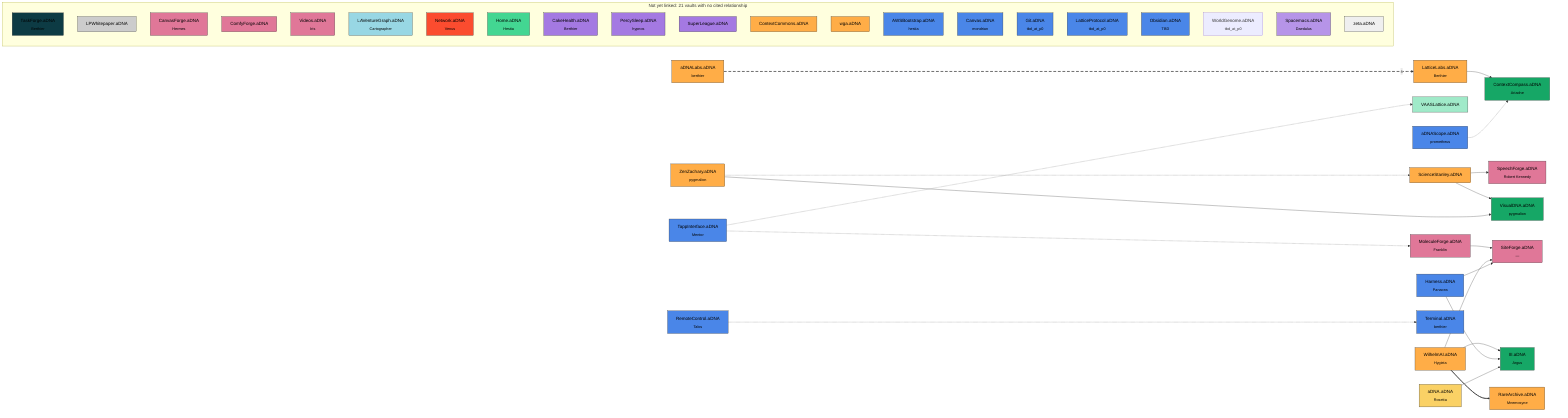
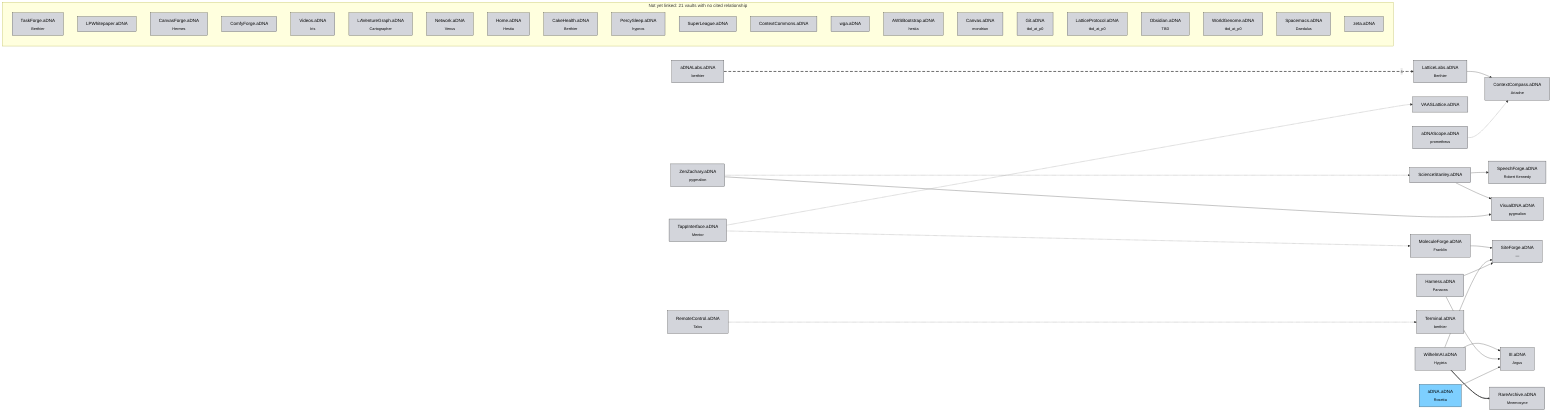
flowchart LR
  MoleculeForge_aDNA["MoleculeForge.aDNA<br><sub>Franklin</sub>"]:::classforge
  SiteForge_aDNA["SiteForge.aDNA<br><sub>—</sub>"]:::classforge
  SpeechForge_aDNA["SpeechForge.aDNA<br><sub>Robert Kennedy</sub>"]:::classforge
  ContextCompass_aDNA["ContextCompass.aDNA<br><sub>Ariadne</sub>"]:::classframework
  III_aDNA["III.aDNA<br><sub>Argus</sub>"]:::classframework
  visualdna["VisualDNA.aDNA<br><sub>pygmalion</sub>"]:::classframework
  VAASLattice_aDNA["VAASLattice.aDNA"]:::classframeworkcandidate
  adnalabs["aDNALabs.aDNA<br><sub>berthier</sub>"]:::classorgvault
  LatticeLabs_aDNA["LatticeLabs.aDNA<br><sub>Berthier</sub>"]:::classorgvault
  RareArchive_aDNA["RareArchive.aDNA<br><sub>Mnemosyne</sub>"]:::classorgvault
  sciencestanley["ScienceStanley.aDNA"]:::classorgvault
  WilhelmAI_aDNA["WilhelmAI.aDNA<br><sub>Hygieia</sub>"]:::classorgvault
  zenzachary["ZenZachary.aDNA<br><sub>pygmalion</sub>"]:::classorgvault
  adnascope["aDNAScope.aDNA<br><sub>prometheus</sub>"]:::classplatform
  Harness_aDNA["Harness.aDNA<br><sub>Panacea</sub>"]:::classplatform
  RemoteControl_aDNA["RemoteControl.aDNA<br><sub>Talos</sub>"]:::classplatform
  TappInterface_aDNA["TappInterface.aDNA<br><sub>Mentor</sub>"]:::classplatform
  terminal["Terminal.aDNA<br><sub>berthier</sub>"]:::classplatform
  aDNA_aDNA["aDNA.aDNA<br><sub>Rosetta</sub>"]:::classstandarddev

  subgraph orphans["Not yet linked: 21 vaults with no cited relationship"]
    direction TB
    TaskForge_aDNA["TaskForge.aDNA<br><sub>Berthier</sub>"]:::classcoordination
    LPWhitepaper_aDNA["LPWhitepaper.aDNA"]:::classdocument
    CanvasForge_aDNA["CanvasForge.aDNA<br><sub>Hermes</sub>"]:::classforge
    ComfyForge_aDNA["ComfyForge.aDNA"]:::classforge
    Videos_aDNA["Videos.aDNA<br><sub>Iris</sub>"]:::classforge
    LAVentureGraph_aDNA["LAVentureGraph.aDNA<br><sub>Cartographer</sub>"]:::classknowledgegraph
    Network_aDNA["Network.aDNA<br><sub>Venus</sub>"]:::classnetwork
    Home_aDNA["Home.aDNA<br><sub>Hestia</sub>"]:::classnodeoperational
    CakeHealth_aDNA["CakeHealth.aDNA<br><sub>Berthier</sub>"]:::classorggraph
    percysleep["PercySleep.aDNA<br><sub>hypnos</sub>"]:::classorggraph
    SuperLeague_aDNA["SuperLeague.aDNA"]:::classorggraph
    ContextCommons_aDNA["ContextCommons.aDNA"]:::classorgvault
    wga_aDNA["wga.aDNA"]:::classorgvault
    awsbootstrap["AWSBootstrap.aDNA<br><sub>hestia</sub>"]:::classplatform
    canvas["Canvas.aDNA<br><sub>mondrian</sub>"]:::classplatform
    git["Git.aDNA<br><sub>tbd_at_p0</sub>"]:::classplatform
    latticeprotocol["LatticeProtocol.aDNA<br><sub>tbd_at_p0</sub>"]:::classplatform
    Obsidian_aDNA["Obsidian.aDNA<br><sub>TBD</sub>"]:::classplatform
    worldgenome["WorldGenome.aDNA<br><sub>tbd_at_p0</sub>"]:::classtbdatp0
    Spacemacs_aDNA["Spacemacs.aDNA<br><sub>Daedalus</sub>"]:::classtooling
    zeta_aDNA["zeta.aDNA"]:::classworkspace
  end

  MoleculeForge_aDNA --> SiteForge_aDNA
  adnalabs -.->|s| LatticeLabs_aDNA
  LatticeLabs_aDNA --> ContextCompass_aDNA
  sciencestanley --> SpeechForge_aDNA
  sciencestanley --> visualdna
  WilhelmAI_aDNA --> SiteForge_aDNA
  WilhelmAI_aDNA --> III_aDNA
  WilhelmAI_aDNA ==> RareArchive_aDNA
  zenzachary -.-> sciencestanley
  zenzachary --> visualdna
  adnascope -.-> ContextCompass_aDNA
  Harness_aDNA --> SiteForge_aDNA
  Harness_aDNA --> III_aDNA
  RemoteControl_aDNA -.-> terminal
  TappInterface_aDNA -.-> MoleculeForge_aDNA
  TappInterface_aDNA -.-> VAASLattice_aDNA
  aDNA_aDNA --> III_aDNA
  linkStyle 1 stroke-width:2.5px,stroke-dasharray:10 6

-   classDef classforge fill:#e07798,stroke:#333,color:#000
-   classDef classframework fill:#16a766,stroke:#333,color:#000
-   classDef classframeworkcandidate fill:#a0eac9,stroke:#333,color:#000
-   classDef classplatform fill:#4a86e8,stroke:#333,color:#000
-   classDef classorgvault fill:#ffad47,stroke:#333,color:#000
-   classDef classstandarddev fill:#fad165,stroke:#333,color:#000
-   classDef classorggraph fill:#a479e2,stroke:#333,color:#000
-   classDef classnetwork fill:#fb4c2f,stroke:#333,color:#000
-   classDef classnodeoperational fill:#43d692,stroke:#333,color:#000
-   classDef classcoordination fill:#0d3b44,stroke:#333,color:#000
-   classDef classdocument fill:#cccccc,stroke:#333,color:#000
-   classDef classknowledgegraph fill:#98d7e4,stroke:#333,color:#000
-   classDef classtooling fill:#b694e8,stroke:#333,color:#000
-   classDef classworkspace fill:#efefef,stroke:#333,color:#000
-   classDef classsuperseded fill:#666666,stroke:#333,color:#000
+   classDef classforge fill:#d3d5db,stroke:#333,color:#000
+   classDef classframework fill:#d3d5db,stroke:#333,color:#000
+   classDef classframeworkcandidate fill:#d3d5db,stroke:#333,color:#000
+   classDef classplatform fill:#d3d5db,stroke:#333,color:#000
+   classDef classorgvault fill:#d3d5db,stroke:#333,color:#000
+   classDef classstandarddev fill:#7dcfff,stroke:#333,color:#000
+   classDef classorggraph fill:#d3d5db,stroke:#333,color:#000
+   classDef classnetwork fill:#d3d5db,stroke:#333,color:#000
+   classDef classnodeoperational fill:#d3d5db,stroke:#333,color:#000
+   classDef classcoordination fill:#d3d5db,stroke:#333,color:#000
+   classDef classdocument fill:#d3d5db,stroke:#333,color:#000
+   classDef classknowledgegraph fill:#d3d5db,stroke:#333,color:#000
+   classDef classtooling fill:#d3d5db,stroke:#333,color:#000
+   classDef classworkspace fill:#d3d5db,stroke:#333,color:#000
+   classDef classsuperseded fill:#9ea3ad,stroke:#333,color:#000
+   classDef classtbdatp0 fill:#d3d5db,stroke:#333,color:#000
